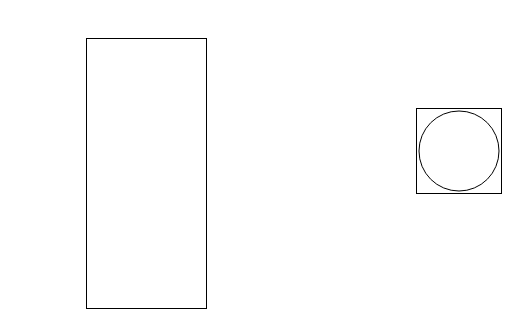
Above: hardware-thesis.drawio in datdonguyen99/demoGit (draw.io), before the change. Source tidied: cells renumbered, new cells numbered last; positions are measured from the earlier drawing's top-left corner, leaving out a move shared by most shapes. Both pictures are drawn from the tidied source at 100%, with x=0, y=0 at pixel (86, 38).
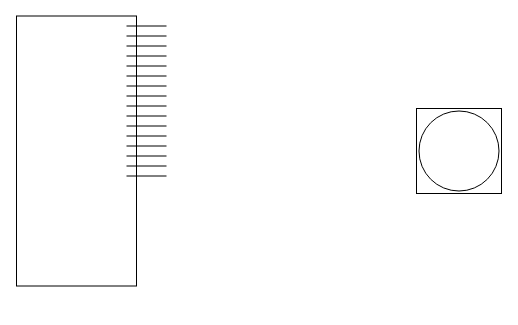
The same page after the edit.

The edit, as a diff of the source:
```diff
@@
     <mxCell id="2" style="rounded=0;whiteSpace=wrap;html=1;direction=south;" parent="1" vertex="1">
-      <mxGeometry width="120" height="270" as="geometry" />
+      <mxGeometry x="-70" y="-22.5" width="120" height="270" as="geometry" />
     </mxCell>
@@
+    <mxCell id="5" style="endArrow=none;html=1;rounded=0;" parent="1" edge="1">
+      <mxGeometry relative="1" as="geometry">
+        <mxPoint x="40" y="-2.5" as="sourcePoint" />
+        <mxPoint x="80" y="-2.5" as="targetPoint" />
+      </mxGeometry>
+    </mxCell>
+    <mxCell id="6" style="endArrow=none;html=1;rounded=0;" parent="1" edge="1">
+      <mxGeometry relative="1" as="geometry">
+        <mxPoint x="40" y="7.5" as="sourcePoint" />
+        <mxPoint x="80" y="7.5" as="targetPoint" />
+      </mxGeometry>
+    </mxCell>
+    <mxCell id="7" style="endArrow=none;html=1;rounded=0;" parent="1" edge="1">
+      <mxGeometry relative="1" as="geometry">
+        <mxPoint x="40" y="17.5" as="sourcePoint" />
+        <mxPoint x="80" y="17.5" as="targetPoint" />
+      </mxGeometry>
+    </mxCell>
+    <mxCell id="8" style="endArrow=none;html=1;rounded=0;" parent="1" edge="1">
+      <mxGeometry relative="1" as="geometry">
+        <mxPoint x="40" y="-12.5" as="sourcePoint" />
+        <mxPoint x="80" y="-12.5" as="targetPoint" />
+        <Array as="points">
+          <mxPoint x="40" y="-12.5" />
+        </Array>
+      </mxGeometry>
+    </mxCell>
+    <mxCell id="9" style="endArrow=none;html=1;rounded=0;" parent="1" edge="1">
+      <mxGeometry relative="1" as="geometry">
+        <mxPoint x="40" y="97.5" as="sourcePoint" />
+        <mxPoint x="80" y="97.5" as="targetPoint" />
+      </mxGeometry>
+    </mxCell>
+    <mxCell id="10" style="endArrow=none;html=1;rounded=0;" parent="1" edge="1">
+      <mxGeometry relative="1" as="geometry">
+        <mxPoint x="40" y="87.5" as="sourcePoint" />
+        <mxPoint x="80" y="87.5" as="targetPoint" />
+      </mxGeometry>
+    </mxCell>
+    <mxCell id="11" style="endArrow=none;html=1;rounded=0;" parent="1" edge="1">
+      <mxGeometry relative="1" as="geometry">
+        <mxPoint x="40" y="77.5" as="sourcePoint" />
+        <mxPoint x="80" y="77.5" as="targetPoint" />
+      </mxGeometry>
+    </mxCell>
+    <mxCell id="12" style="endArrow=none;html=1;rounded=0;" parent="1" edge="1">
+      <mxGeometry relative="1" as="geometry">
+        <mxPoint x="40" y="67.5" as="sourcePoint" />
+        <mxPoint x="80" y="67.5" as="targetPoint" />
+        <Array as="points">
+          <mxPoint x="40" y="67.5" />
+        </Array>
+      </mxGeometry>
+    </mxCell>
+    <mxCell id="13" style="endArrow=none;html=1;rounded=0;" parent="1" edge="1">
+      <mxGeometry relative="1" as="geometry">
+        <mxPoint x="40" y="137.5" as="sourcePoint" />
+        <mxPoint x="80" y="137.5" as="targetPoint" />
+      </mxGeometry>
+    </mxCell>
+    <mxCell id="14" style="endArrow=none;html=1;rounded=0;" parent="1" edge="1">
+      <mxGeometry relative="1" as="geometry">
+        <mxPoint x="40" y="127.5" as="sourcePoint" />
+        <mxPoint x="80" y="127.5" as="targetPoint" />
+      </mxGeometry>
+    </mxCell>
+    <mxCell id="15" style="endArrow=none;html=1;rounded=0;" parent="1" edge="1">
+      <mxGeometry relative="1" as="geometry">
+        <mxPoint x="40" y="117.5" as="sourcePoint" />
+        <mxPoint x="80" y="117.5" as="targetPoint" />
+      </mxGeometry>
+    </mxCell>
+    <mxCell id="16" style="endArrow=none;html=1;rounded=0;" parent="1" edge="1">
+      <mxGeometry relative="1" as="geometry">
+        <mxPoint x="40" y="107.5" as="sourcePoint" />
+        <mxPoint x="80" y="107.5" as="targetPoint" />
+        <Array as="points">
+          <mxPoint x="40" y="107.5" />
+        </Array>
+      </mxGeometry>
+    </mxCell>
+    <mxCell id="17" style="endArrow=none;html=1;rounded=0;" parent="1" edge="1">
+      <mxGeometry relative="1" as="geometry">
+        <mxPoint x="40" y="27.5" as="sourcePoint" />
+        <mxPoint x="80" y="27.5" as="targetPoint" />
+      </mxGeometry>
+    </mxCell>
+    <mxCell id="18" style="endArrow=none;html=1;rounded=0;" parent="1" edge="1">
+      <mxGeometry relative="1" as="geometry">
+        <mxPoint x="40" y="37.5" as="sourcePoint" />
+        <mxPoint x="80" y="37.5" as="targetPoint" />
+      </mxGeometry>
+    </mxCell>
+    <mxCell id="19" style="endArrow=none;html=1;rounded=0;" parent="1" edge="1">
+      <mxGeometry relative="1" as="geometry">
+        <mxPoint x="40" y="47.5" as="sourcePoint" />
+        <mxPoint x="80" y="47.5" as="targetPoint" />
+      </mxGeometry>
+    </mxCell>
+    <mxCell id="20" style="endArrow=none;html=1;rounded=0;" parent="1" edge="1">
+      <mxGeometry relative="1" as="geometry">
+        <mxPoint x="40" y="57.5" as="sourcePoint" />
+        <mxPoint x="80" y="57.5" as="targetPoint" />
+        <Array as="points">
+          <mxPoint x="40" y="57.5" />
+        </Array>
+      </mxGeometry>
+    </mxCell>
```
